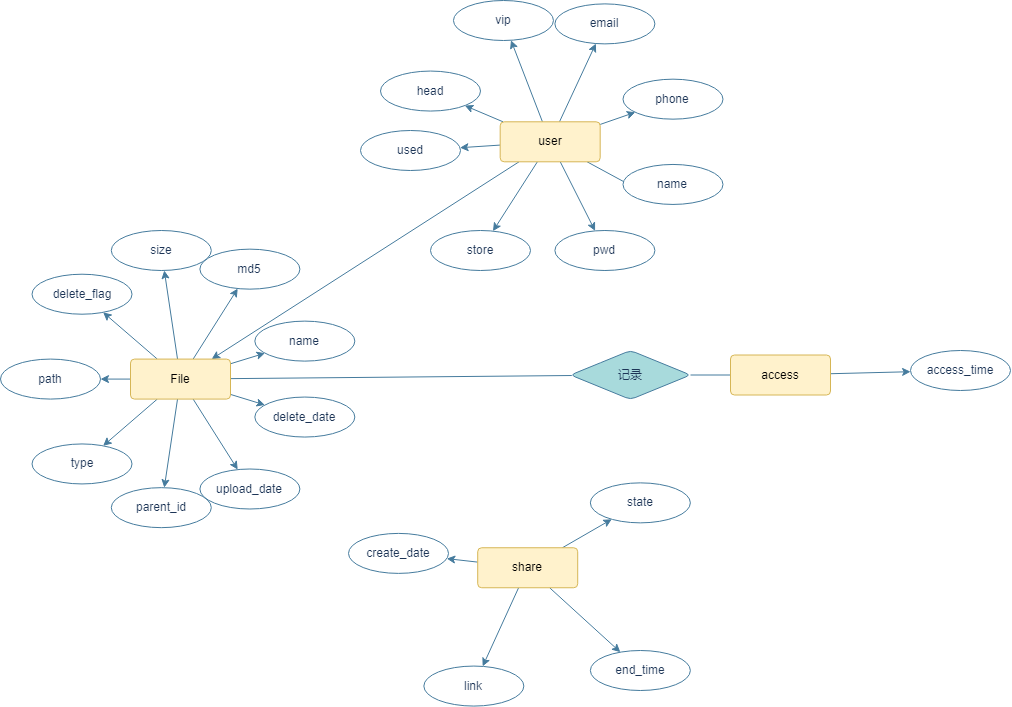
This is CWZN/数据库E-R图.drawio.png from FEDuang/pictures, a draw.io export, as it was before one commit. Source tidied: cells renumbered, new cells last; positions are measured from the earlier drawing's top-left corner, leaving out a move shared by most shapes.
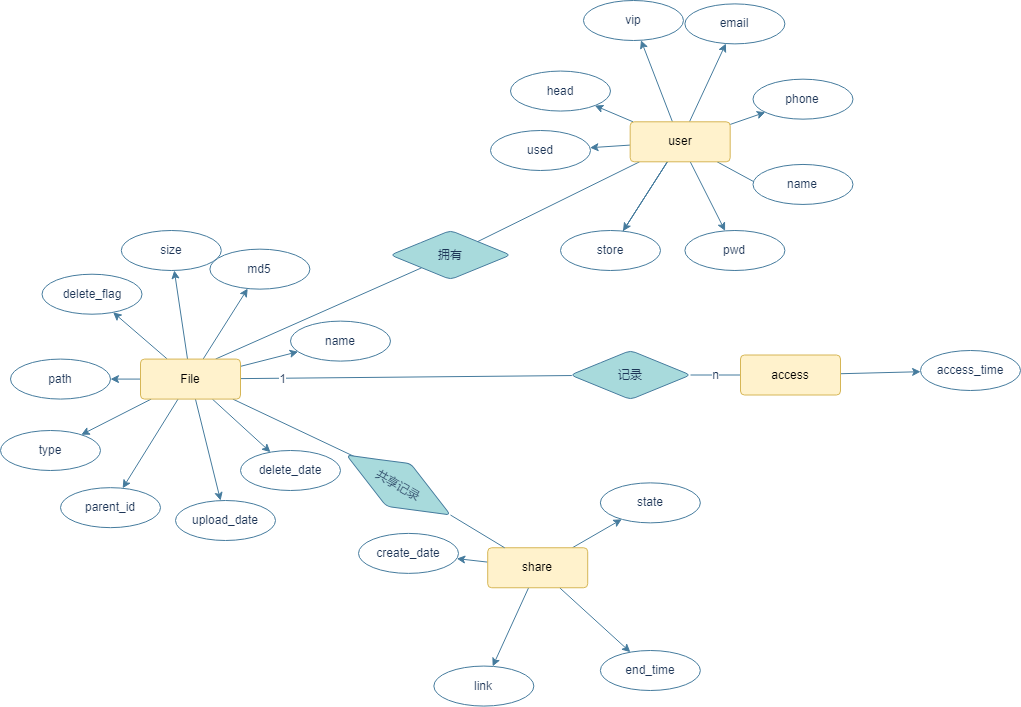
The same diagram one commit later.

Commit message:
更新数据库E-R图.drawio.png

What changed in the source:
```diff
@@ -29,24 +29,39 @@
     <mxCell id="10" value="state" style="ellipse;whiteSpace=wrap;html=1;align=center;rounded=0;sketch=0;fontColor=#1D3557;strokeColor=#457B9D;fillColor=#FFFFFF;" parent="1" vertex="1">
       <mxGeometry x="589.9" y="482.4" width="100" height="40" as="geometry" />
     </mxCell>
-    <mxCell id="11" style="edgeStyle=none;rounded=1;sketch=0;jettySize=auto;html=1;fontColor=#1D3557;strokeColor=#457B9D;fillColor=#A8DADC;" parent="1" edge="1" source="43" target="33">
-      <mxGeometry relative="1" as="geometry" />
-    </mxCell>
     <mxCell id="12" style="edgeStyle=none;rounded=1;sketch=0;jettySize=auto;html=1;fontColor=#1D3557;strokeColor=#457B9D;fillColor=#A8DADC;endArrow=none;endFill=0;" parent="1" edge="1" source="13" target="33">
       <mxGeometry relative="1" as="geometry" />
     </mxCell>
+    <mxCell id="57" value="1" style="edgeLabel;html=1;align=center;verticalAlign=middle;fontColor=#1D3557;" parent="12" vertex="1">
+      <mxGeometry x="0.75" y="1" relative="1" as="geometry" />
+    </mxCell>
     <mxCell id="13" value="记录" style="rhombus;whiteSpace=wrap;html=1;fillColor=#A8DADC;strokeColor=#457B9D;fontColor=#1D3557;rounded=1;arcSize=10;" parent="1" vertex="1">
-      <mxGeometry x="570" y="350" width="120" height="49" as="geometry" />
+      <mxGeometry x="560" y="350" width="120" height="49" as="geometry" />
     </mxCell>
+    <mxCell id="58" style="edgeStyle=none;rounded=1;sketch=0;jettySize=auto;html=1;entryX=0.75;entryY=0;entryDx=0;entryDy=0;fontColor=#1D3557;endArrow=none;endFill=0;strokeColor=#457B9D;fillColor=#A8DADC;" parent="1" edge="1" source="59" target="33">
+      <mxGeometry relative="1" as="geometry" />
+    </mxCell>
+    <mxCell id="59" value="拥有" style="rhombus;whiteSpace=wrap;html=1;fillColor=#A8DADC;strokeColor=#457B9D;fontColor=#1D3557;rounded=1;arcSize=10;" parent="1" vertex="1">
+      <mxGeometry x="380" y="230" width="120" height="49" as="geometry" />
+    </mxCell>
+    <mxCell id="60" style="edgeStyle=none;rounded=1;sketch=0;jettySize=auto;html=1;fontColor=#1D3557;endArrow=none;endFill=0;strokeColor=#457B9D;fillColor=#A8DADC;entryX=0.076;entryY=0.445;entryDx=0;entryDy=0;entryPerimeter=0;" parent="1" edge="1" source="33" target="62">
+      <mxGeometry relative="1" as="geometry" />
+    </mxCell>
+    <mxCell id="61" style="edgeStyle=none;rounded=1;sketch=0;jettySize=auto;html=1;fontColor=#1D3557;endArrow=none;endFill=0;strokeColor=#457B9D;fillColor=#A8DADC;exitX=1;exitY=0.5;exitDx=0;exitDy=0;" parent="1" edge="1" source="62" target="6">
+      <mxGeometry relative="1" as="geometry" />
+    </mxCell>
+    <mxCell id="62" value="共享记录" style="rhombus;whiteSpace=wrap;html=1;fillColor=#A8DADC;strokeColor=#457B9D;fontColor=#1D3557;rounded=1;arcSize=10;rotation=30;" parent="1" vertex="1">
+      <mxGeometry x="328" y="460" width="120" height="49" as="geometry" />
+    </mxCell>
     <mxCell id="14" value="file" parent="0" />
     <mxCell id="15" value="name" style="ellipse;whiteSpace=wrap;html=1;align=center;rounded=0;sketch=0;fontColor=#1D3557;strokeColor=#457B9D;fillColor=#FFFFFF;" parent="14" vertex="1">
-      <mxGeometry x="254.3" y="320.6" width="100" height="40" as="geometry" />
+      <mxGeometry x="280" y="320.6" width="100" height="40" as="geometry" />
     </mxCell>
     <mxCell id="16" value="path" style="ellipse;whiteSpace=wrap;html=1;align=center;rounded=0;sketch=0;fontColor=#1D3557;strokeColor=#457B9D;fillColor=#FFFFFF;" parent="14" vertex="1">
       <mxGeometry y="358.6" width="100" height="40" as="geometry" />
     </mxCell>
     <mxCell id="17" value="parent_id" style="ellipse;whiteSpace=wrap;html=1;align=center;rounded=0;sketch=0;fontColor=#1D3557;strokeColor=#457B9D;fillColor=#FFFFFF;" parent="14" vertex="1">
-      <mxGeometry x="110.8" y="487.2" width="100" height="40" as="geometry" />
+      <mxGeometry x="50" y="487.2" width="100" height="40" as="geometry" />
     </mxCell>
     <mxCell id="18" value="md5" style="ellipse;whiteSpace=wrap;html=1;align=center;rounded=0;sketch=0;fontColor=#1D3557;strokeColor=#457B9D;fillColor=#FFFFFF;" parent="14" vertex="1">
       <mxGeometry x="199.4" y="248.7" width="100" height="40" as="geometry" />
@@ -55,13 +70,13 @@
       <mxGeometry x="110.8" y="230" width="100" height="40" as="geometry" />
     </mxCell>
     <mxCell id="20" value="type" style="ellipse;whiteSpace=wrap;html=1;align=center;rounded=0;sketch=0;fontColor=#1D3557;strokeColor=#457B9D;fillColor=#FFFFFF;" parent="14" vertex="1">
-      <mxGeometry x="31.5" y="443.4" width="100" height="40" as="geometry" />
+      <mxGeometry x="-10" y="430" width="100" height="40" as="geometry" />
     </mxCell>
     <mxCell id="21" value="upload_date&lt;span style=&quot;color: rgba(0, 0, 0, 0); font-family: monospace; font-size: 0px; text-align: start;&quot;&gt;%3CmxGraphModel%3E%3Croot%3E%3CmxCell%20id%3D%220%22%2F%3E%3CmxCell%20id%3D%221%22%20parent%3D%220%22%2F%3E%3CmxCell%20id%3D%222%22%20value%3D%22name%22%20style%3D%22ellipse%3BwhiteSpace%3Dwrap%3Bhtml%3D1%3Balign%3Dcenter%3Brounded%3D0%3Bsketch%3D0%3BfontColor%3D%231D3557%3BstrokeColor%3D%23457B9D%3BfillColor%3D%23FFFFFF%3B%22%20vertex%3D%221%22%20parent%3D%221%22%3E%3CmxGeometry%20x%3D%2280%22%20y%3D%2290%22%20width%3D%22100%22%20height%3D%2240%22%20as%3D%22geometry%22%2F%3E%3C%2FmxCell%3E%3C%2Froot%3E%3C%2FmxGraphModel%3E&lt;/span&gt;" style="ellipse;whiteSpace=wrap;html=1;align=center;rounded=0;sketch=0;fontColor=#1D3557;strokeColor=#457B9D;fillColor=#FFFFFF;" parent="14" vertex="1">
-      <mxGeometry x="199.4" y="468.5" width="100" height="40" as="geometry" />
+      <mxGeometry x="165" y="500" width="100" height="40" as="geometry" />
     </mxCell>
     <mxCell id="22" value="delete_date" style="ellipse;whiteSpace=wrap;html=1;align=center;rounded=0;sketch=0;fontColor=#1D3557;strokeColor=#457B9D;fillColor=#FFFFFF;" parent="14" vertex="1">
-      <mxGeometry x="254.3" y="396.5" width="100" height="40" as="geometry" />
+      <mxGeometry x="230" y="450" width="100" height="40" as="geometry" />
     </mxCell>
     <mxCell id="23" value="delete_flag" style="ellipse;whiteSpace=wrap;html=1;align=center;rounded=0;sketch=0;fontColor=#1D3557;strokeColor=#457B9D;fillColor=#FFFFFF;" parent="14" vertex="1">
       <mxGeometry x="31.5" y="273.7" width="100" height="40" as="geometry" />
@@ -121,38 +136,47 @@
     <mxCell id="42" style="edgeStyle=none;rounded=1;sketch=0;jettySize=auto;html=1;fontColor=#1D3557;strokeColor=#457B9D;fillColor=#A8DADC;noEdgeStyle=1;" parent="34" edge="1" source="43" target="50">
       <mxGeometry relative="1" as="geometry" />
     </mxCell>
+    <mxCell id="63" style="edgeStyle=none;rounded=1;sketch=0;jettySize=auto;html=1;fontColor=#1D3557;endArrow=none;endFill=0;strokeColor=#457B9D;fillColor=#A8DADC;" parent="34" edge="1" source="43" target="46">
+      <mxGeometry relative="1" as="geometry" />
+    </mxCell>
+    <mxCell id="64" style="edgeStyle=none;rounded=1;sketch=0;jettySize=auto;html=1;fontColor=#1D3557;endArrow=none;endFill=0;strokeColor=#457B9D;fillColor=#A8DADC;" parent="34" edge="1" source="43" target="46">
+      <mxGeometry relative="1" as="geometry" />
+    </mxCell>
+    <mxCell id="65" style="edgeStyle=none;rounded=1;sketch=0;jettySize=auto;html=1;fontColor=#1D3557;endArrow=none;endFill=0;strokeColor=#457B9D;fillColor=#A8DADC;" parent="34" edge="1" source="43" target="59">
+      <mxGeometry relative="1" as="geometry" />
+    </mxCell>
     <mxCell id="43" value="user" style="rounded=1;arcSize=10;whiteSpace=wrap;html=1;align=center;fillColor=#fff2cc;strokeColor=#d6b656;" parent="34" vertex="1">
-      <mxGeometry x="499.7" y="121.3" width="100" height="40" as="geometry" />
+      <mxGeometry x="619.7" y="121.3" width="100" height="40" as="geometry" />
     </mxCell>
     <mxCell id="44" value="name" style="ellipse;whiteSpace=wrap;html=1;align=center;rounded=0;sketch=0;fontColor=#1D3557;strokeColor=#457B9D;fillColor=#FFFFFF;" parent="34" vertex="1">
-      <mxGeometry x="622.5" y="164" width="100" height="40" as="geometry" />
+      <mxGeometry x="742.5" y="164" width="100" height="40" as="geometry" />
     </mxCell>
     <mxCell id="45" value="pwd" style="ellipse;whiteSpace=wrap;html=1;align=center;rounded=0;sketch=0;fontColor=#1D3557;strokeColor=#457B9D;fillColor=#FFFFFF;" parent="34" vertex="1">
-      <mxGeometry x="554.4" y="230" width="100" height="40" as="geometry" />
+      <mxGeometry x="674.4" y="230" width="100" height="40" as="geometry" />
     </mxCell>
     <mxCell id="46" value="store" style="ellipse;whiteSpace=wrap;html=1;align=center;rounded=0;sketch=0;fontColor=#1D3557;strokeColor=#457B9D;fillColor=#FFFFFF;" parent="34" vertex="1">
-      <mxGeometry x="430" y="230" width="100" height="40" as="geometry" />
+      <mxGeometry x="550" y="230" width="100" height="40" as="geometry" />
     </mxCell>
     <mxCell id="47" value="used" style="ellipse;whiteSpace=wrap;html=1;align=center;rounded=0;sketch=0;fontColor=#1D3557;strokeColor=#457B9D;fillColor=#FFFFFF;" parent="34" vertex="1">
-      <mxGeometry x="360" y="130" width="100" height="40" as="geometry" />
+      <mxGeometry x="480" y="130" width="100" height="40" as="geometry" />
     </mxCell>
     <mxCell id="48" value="vip" style="ellipse;whiteSpace=wrap;html=1;align=center;rounded=0;sketch=0;fontColor=#1D3557;strokeColor=#457B9D;fillColor=#FFFFFF;" parent="34" vertex="1">
-      <mxGeometry x="453" width="100" height="40" as="geometry" />
+      <mxGeometry x="573" width="100" height="40" as="geometry" />
     </mxCell>
     <mxCell id="49" value="head" style="ellipse;whiteSpace=wrap;html=1;align=center;rounded=0;sketch=0;fontColor=#1D3557;strokeColor=#457B9D;fillColor=#FFFFFF;" parent="34" vertex="1">
-      <mxGeometry x="380" y="70.6" width="100" height="40" as="geometry" />
+      <mxGeometry x="500" y="70.6" width="100" height="40" as="geometry" />
     </mxCell>
     <mxCell id="50" value="phone" style="ellipse;whiteSpace=wrap;html=1;align=center;rounded=0;sketch=0;fontColor=#1D3557;strokeColor=#457B9D;fillColor=#FFFFFF;" parent="34" vertex="1">
-      <mxGeometry x="622.5" y="78.7" width="100" height="40" as="geometry" />
+      <mxGeometry x="742.5" y="78.7" width="100" height="40" as="geometry" />
     </mxCell>
     <mxCell id="51" value="email" style="ellipse;whiteSpace=wrap;html=1;align=center;rounded=0;sketch=0;fontColor=#1D3557;strokeColor=#457B9D;fillColor=#FFFFFF;" parent="34" vertex="1">
-      <mxGeometry x="554.4" y="3.4" width="100" height="40" as="geometry" />
+      <mxGeometry x="674.4" y="3.4" width="100" height="40" as="geometry" />
     </mxCell>
     <mxCell id="52" value="access" parent="0" />
     <mxCell id="53" style="edgeStyle=none;rounded=1;sketch=0;jettySize=auto;html=1;fontColor=#1D3557;strokeColor=#457B9D;fillColor=#A8DADC;" parent="52" edge="1" source="55" target="56">
       <mxGeometry relative="1" as="geometry" />
     </mxCell>
-    <mxCell id="54" style="edgeStyle=none;rounded=1;sketch=0;jettySize=auto;html=1;fontColor=#1D3557;strokeColor=#457B9D;fillColor=#A8DADC;endArrow=none;endFill=0;" parent="52" edge="1" source="55" target="13">
+    <mxCell id="54" value="n" style="edgeStyle=none;rounded=1;sketch=0;jettySize=auto;html=1;fontColor=#1D3557;strokeColor=#457B9D;fillColor=#A8DADC;endArrow=none;endFill=0;" parent="52" edge="1" source="55" target="13">
       <mxGeometry relative="1" as="geometry" />
     </mxCell>
     <mxCell id="55" value="access" style="rounded=1;arcSize=10;whiteSpace=wrap;html=1;align=center;fillColor=#fff2cc;strokeColor=#d6b656;" parent="52" vertex="1">
```
